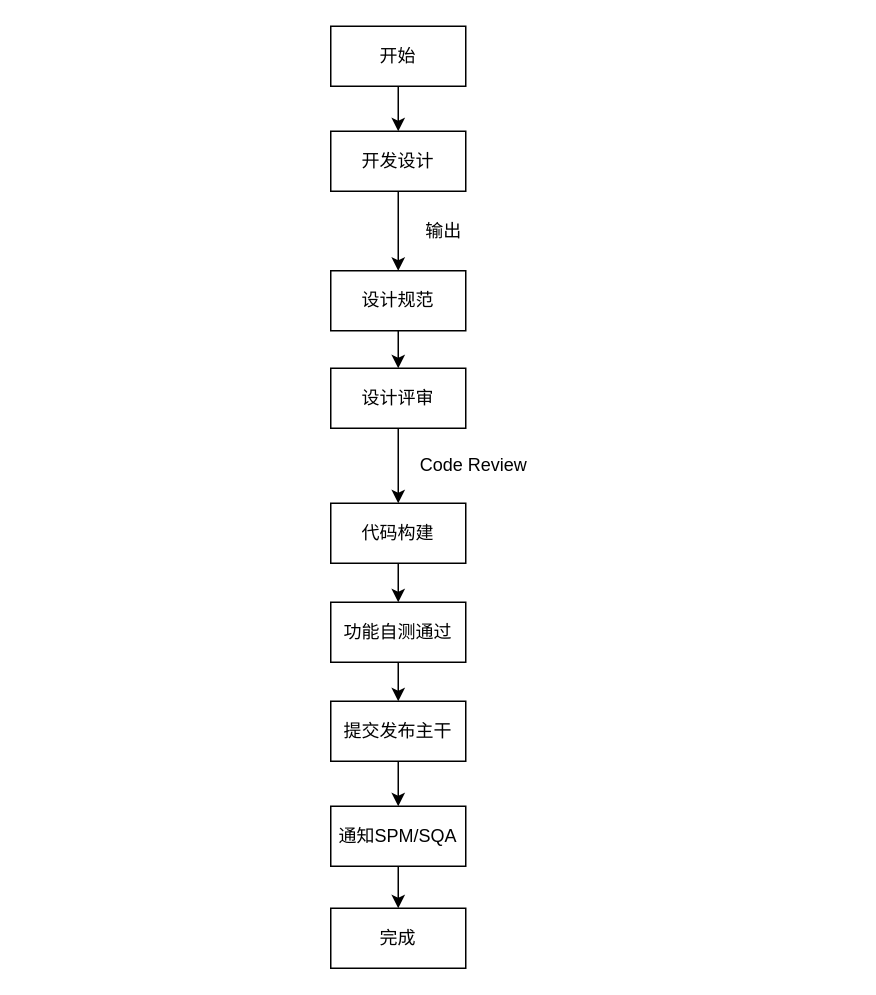
MK-Adam-WT/Drawing keeps this draw.io diagram as 开发设计流程.drawio. Above is the earlier version. Source tidied: cells renumbered, new cells numbered last; positions are measured from the earlier drawing's top-left corner, leaving out a move shared by most shapes. Both pictures are drawn from the tidied source at 150%, with x=0, y=0 at pixel (330, 26).
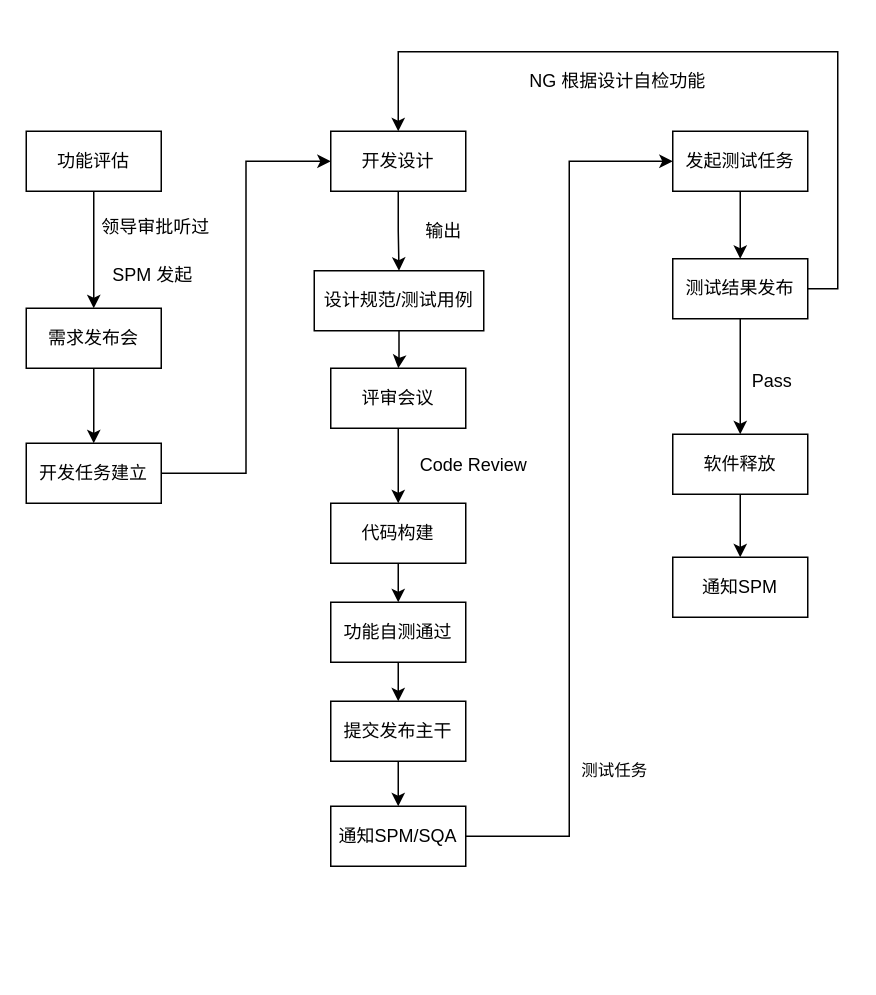
Above is the later version.

Commit message:
更新开发设计流程.drawio

The change refers to these unchanged cells:
```xml
<mxCell id="5" value="开发设计" style="rounded=0;whiteSpace=wrap;html=1;" parent="1" vertex="1">
  <mxGeometry y="70" width="90" height="40" as="geometry" />
</mxCell>
<mxCell id="19" value="通知SPM/SQA" style="rounded=0;whiteSpace=wrap;html=1;" parent="1" vertex="1">
  <mxGeometry y="520" width="90" height="40" as="geometry" />
</mxCell>
```

The edit, as a diff of the source:
```diff
@@
-    <mxCell id="2" style="edgeStyle=orthogonalEdgeStyle;rounded=0;jettySize=auto;html=1;exitX=0.5;exitY=1;exitDx=0;exitDy=0;entryX=0.5;entryY=0;entryDx=0;entryDy=0;" parent="1" edge="1" source="3" target="5">
-      <mxGeometry relative="1" as="geometry" />
-    </mxCell>
-    <mxCell id="3" value="开始" style="rounded=0;whiteSpace=wrap;html=1;" parent="1" vertex="1">
-      <mxGeometry width="90" height="40" as="geometry" />
-    </mxCell>
@@
-    <mxCell id="7" value="设计规范" style="rounded=0;whiteSpace=wrap;html=1;" parent="1" vertex="1">
-      <mxGeometry y="163" width="90" height="40" as="geometry" />
+    <mxCell id="7" value="设计规范/测试用例" style="rounded=0;whiteSpace=wrap;html=1;" parent="1" vertex="1">
+      <mxGeometry x="-11" y="163" width="113" height="40" as="geometry" />
     </mxCell>
@@
-    <mxCell id="9" value="设计评审" style="rounded=0;whiteSpace=wrap;html=1;" parent="1" vertex="1">
+    <mxCell id="9" value="评审会议" style="rounded=0;whiteSpace=wrap;html=1;" parent="1" vertex="1">
       <mxGeometry y="228" width="90" height="40" as="geometry" />
     </mxCell>
@@
-    <mxCell id="18" style="edgeStyle=orthogonalEdgeStyle;rounded=0;jettySize=auto;html=1;exitX=0.5;exitY=1;exitDx=0;exitDy=0;entryX=0.5;entryY=0;entryDx=0;entryDy=0;" parent="1" edge="1" source="19" target="21">
-      <mxGeometry relative="1" as="geometry" />
-    </mxCell>
+    <mxCell id="22" style="edgeStyle=orthogonalEdgeStyle;rounded=0;jettySize=auto;html=1;exitX=1;exitY=0.5;exitDx=0;exitDy=0;entryX=0;entryY=0.5;entryDx=0;entryDy=0;" parent="1" edge="1" source="19" target="31">
+      <mxGeometry relative="1" as="geometry" />
+    </mxCell>
+    <mxCell id="23" value="测试任务" style="edgeLabel;html=1;align=center;verticalAlign=middle;" parent="22" vertex="1">
+      <mxGeometry x="0.24" y="-2" relative="1" as="geometry">
+        <mxPoint x="27" y="251" as="offset" />
+      </mxGeometry>
+    </mxCell>
@@
-    <mxCell id="21" value="完成" style="rounded=0;whiteSpace=wrap;html=1;" parent="1" vertex="1">
-      <mxGeometry y="588" width="90" height="40" as="geometry" />
-    </mxCell>
+    <mxCell id="24" style="edgeStyle=orthogonalEdgeStyle;rounded=0;jettySize=auto;html=1;exitX=0.5;exitY=1;exitDx=0;exitDy=0;entryX=0.5;entryY=0;entryDx=0;entryDy=0;" parent="1" edge="1" source="25" target="27">
+      <mxGeometry relative="1" as="geometry" />
+    </mxCell>
+    <mxCell id="25" value="功能评估" style="rounded=0;whiteSpace=wrap;html=1;" parent="1" vertex="1">
+      <mxGeometry x="-203" y="70" width="90" height="40" as="geometry" />
+    </mxCell>
+    <mxCell id="26" style="edgeStyle=orthogonalEdgeStyle;rounded=0;jettySize=auto;html=1;exitX=0.5;exitY=1;exitDx=0;exitDy=0;entryX=0.5;entryY=0;entryDx=0;entryDy=0;" parent="1" edge="1" source="27" target="29">
+      <mxGeometry relative="1" as="geometry" />
+    </mxCell>
+    <mxCell id="27" value="需求发布会" style="rounded=0;whiteSpace=wrap;html=1;" parent="1" vertex="1">
+      <mxGeometry x="-203" y="188" width="90" height="40" as="geometry" />
+    </mxCell>
+    <mxCell id="28" style="edgeStyle=orthogonalEdgeStyle;rounded=0;jettySize=auto;html=1;exitX=1;exitY=0.5;exitDx=0;exitDy=0;entryX=0;entryY=0.5;entryDx=0;entryDy=0;" parent="1" edge="1" source="29" target="5">
+      <mxGeometry relative="1" as="geometry" />
+    </mxCell>
+    <mxCell id="29" value="开发任务建立" style="rounded=0;whiteSpace=wrap;html=1;" parent="1" vertex="1">
+      <mxGeometry x="-203" y="278" width="90" height="40" as="geometry" />
+    </mxCell>
+    <mxCell id="30" style="edgeStyle=orthogonalEdgeStyle;rounded=0;jettySize=auto;html=1;exitX=0.5;exitY=1;exitDx=0;exitDy=0;entryX=0.5;entryY=0;entryDx=0;entryDy=0;" parent="1" edge="1" source="31" target="34">
+      <mxGeometry relative="1" as="geometry" />
+    </mxCell>
+    <mxCell id="31" value="发起测试任务" style="rounded=0;whiteSpace=wrap;html=1;" parent="1" vertex="1">
+      <mxGeometry x="228" y="70" width="90" height="40" as="geometry" />
+    </mxCell>
+    <mxCell id="32" style="edgeStyle=orthogonalEdgeStyle;rounded=0;jettySize=auto;html=1;exitX=0.5;exitY=1;exitDx=0;exitDy=0;entryX=0.5;entryY=0;entryDx=0;entryDy=0;" parent="1" edge="1" source="34" target="36">
+      <mxGeometry relative="1" as="geometry" />
+    </mxCell>
+    <mxCell id="33" style="edgeStyle=orthogonalEdgeStyle;rounded=0;jettySize=auto;html=1;exitX=1;exitY=0.5;exitDx=0;exitDy=0;entryX=0.5;entryY=0;entryDx=0;entryDy=0;" parent="1" edge="1" source="34" target="5">
+      <mxGeometry relative="1" as="geometry">
+        <Array as="points">
+          <mxPoint x="338" y="175" />
+          <mxPoint x="338" y="17" />
+          <mxPoint x="45" y="17" />
+        </Array>
+      </mxGeometry>
+    </mxCell>
+    <mxCell id="34" value="测试结果发布" style="rounded=0;whiteSpace=wrap;html=1;" parent="1" vertex="1">
+      <mxGeometry x="228" y="155" width="90" height="40" as="geometry" />
+    </mxCell>
+    <mxCell id="35" style="edgeStyle=orthogonalEdgeStyle;rounded=0;jettySize=auto;html=1;exitX=0.5;exitY=1;exitDx=0;exitDy=0;entryX=0.5;entryY=0;entryDx=0;entryDy=0;" parent="1" edge="1" source="36" target="37">
+      <mxGeometry relative="1" as="geometry" />
+    </mxCell>
+    <mxCell id="36" value="软件释放" style="rounded=0;whiteSpace=wrap;html=1;" parent="1" vertex="1">
+      <mxGeometry x="228" y="272" width="90" height="40" as="geometry" />
+    </mxCell>
+    <mxCell id="37" value="通知SPM" style="rounded=0;whiteSpace=wrap;html=1;" parent="1" vertex="1">
+      <mxGeometry x="228" y="354" width="90" height="40" as="geometry" />
+    </mxCell>
+    <mxCell id="38" value="SPM 发起" style="text;html=1;align=center;verticalAlign=middle;strokeColor=none;fillColor=none;" parent="1" vertex="1">
+      <mxGeometry x="-154.5" y="152" width="71" height="27" as="geometry" />
+    </mxCell>
+    <mxCell id="39" value="领导审批听过" style="text;html=1;align=center;verticalAlign=middle;strokeColor=none;fillColor=none;" parent="1" vertex="1">
+      <mxGeometry x="-162" y="120" width="90" height="27" as="geometry" />
+    </mxCell>
+    <mxCell id="40" value="Pass" style="text;html=1;align=center;verticalAlign=middle;strokeColor=none;fillColor=none;" parent="1" vertex="1">
+      <mxGeometry x="271" y="223.5" width="45" height="27" as="geometry" />
+    </mxCell>
+    <mxCell id="41" value="NG 根据设计自检功能" style="text;html=1;align=center;verticalAlign=middle;strokeColor=none;fillColor=none;" parent="1" vertex="1">
+      <mxGeometry x="123" y="23.5" width="135" height="27" as="geometry" />
+    </mxCell>
```
